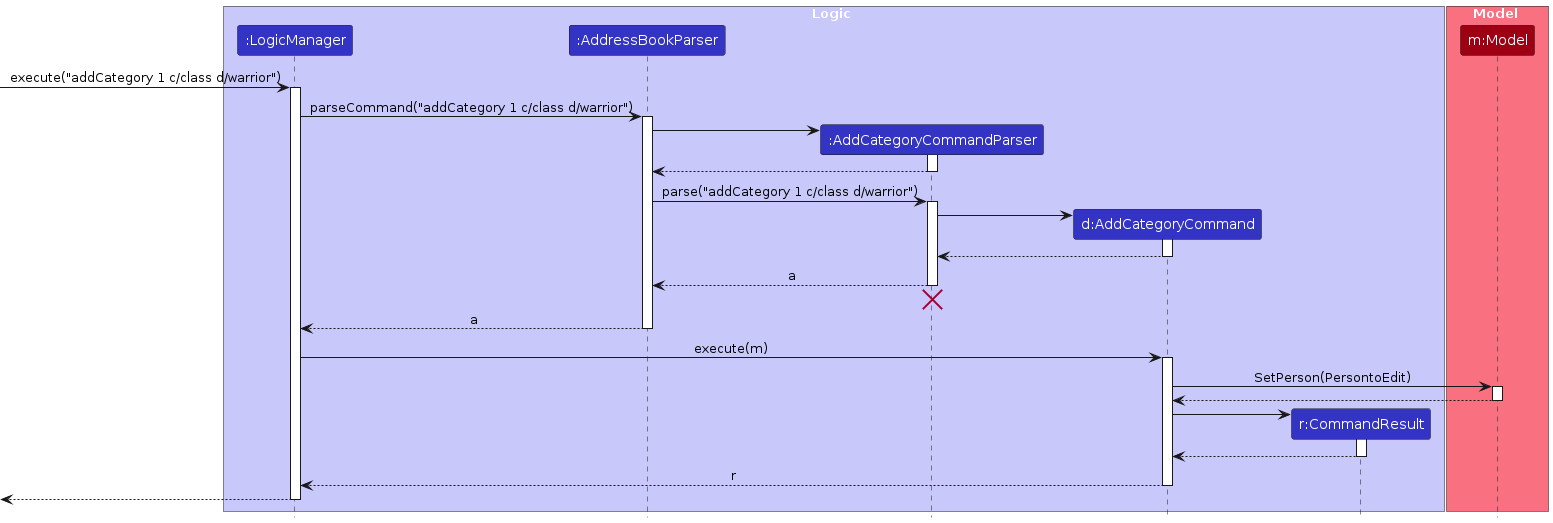
The PlantUML diagram diagrams/AddCategorySequenceDiagram.png in AY2324S2-CS2103T-W13-3/tp, before a commit. Its source is kept beside it as diagrams/AddCategorySequenceDiagram.puml.
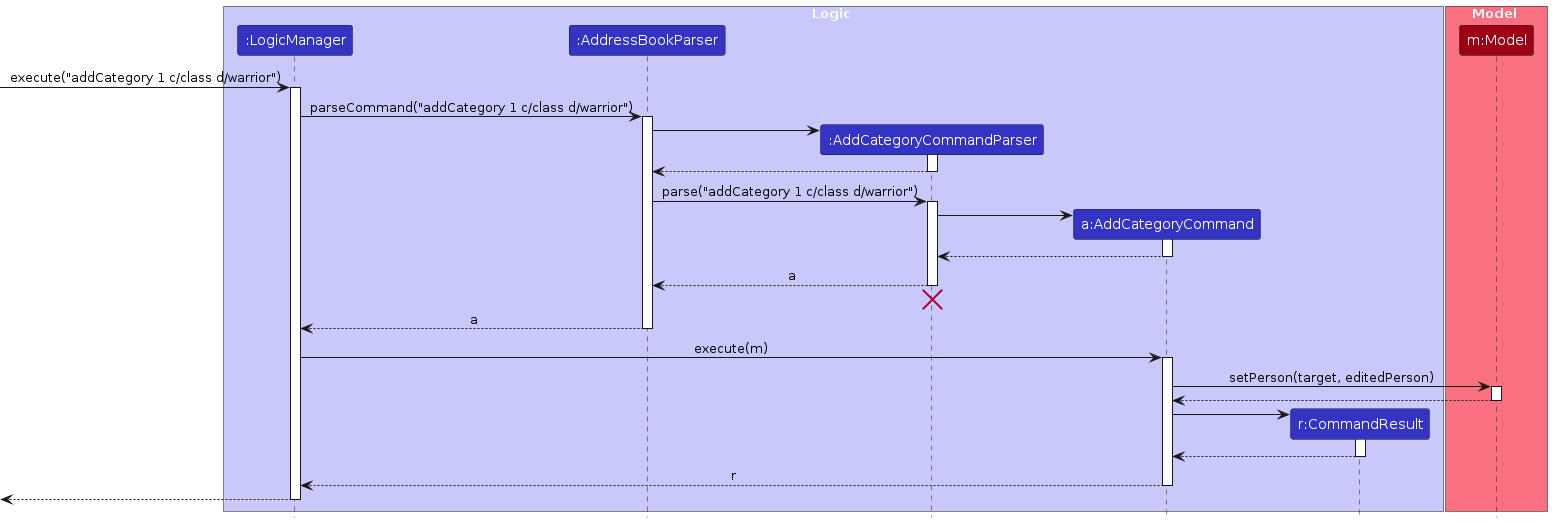
Later version of the same file.

The edit, as a diff of the source:
```diff
@@ -6,7 +6,7 @@
 participant ":LogicManager" as LogicManager LOGIC_COLOR
 participant ":AddressBookParser" as AddressBookParser LOGIC_COLOR
 participant ":AddCategoryCommandParser" as AddCategoryCommandParser LOGIC_COLOR
-participant "d:AddCategoryCommand" as AddCategoryCommand LOGIC_COLOR
+participant "a:AddCategoryCommand" as AddCategoryCommand LOGIC_COLOR
 participant "r:CommandResult" as CommandResult LOGIC_COLOR
 end box
 
@@ -48,7 +48,7 @@
 LogicManager -> AddCategoryCommand : execute(m)
 activate AddCategoryCommand
 
-AddCategoryCommand -> Model : SetPerson(PersontoEdit)
+AddCategoryCommand -> Model : setPerson(target, editedPerson)
 activate Model
 
 Model --> AddCategoryCommand
```
